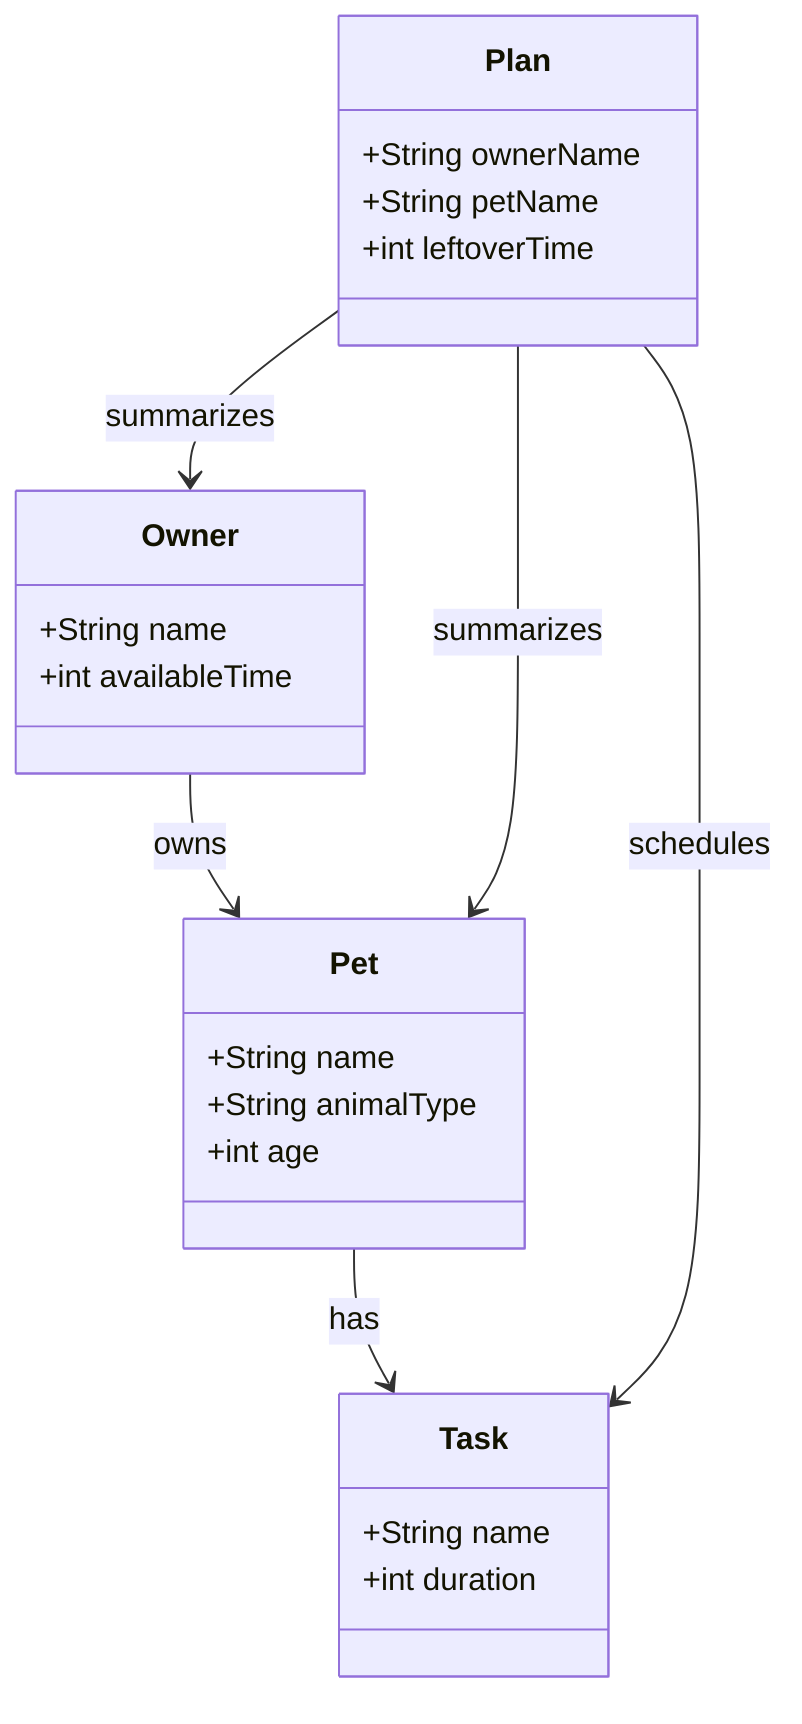
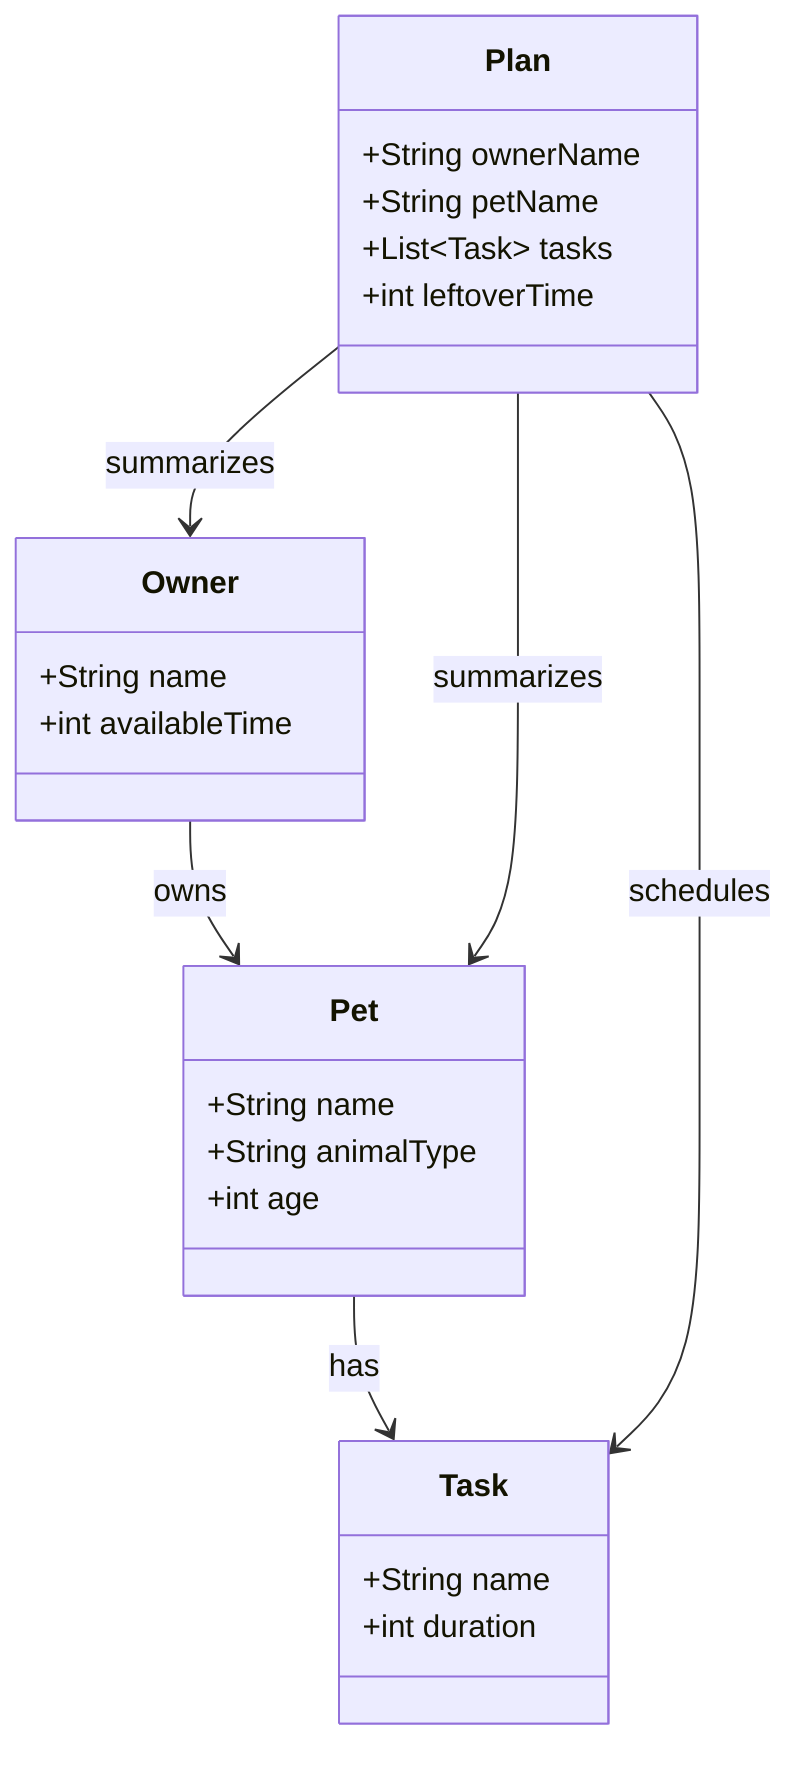
classDiagram
    %% PawPal+ class diagram

    class Task {
        +String name
        +int duration
    }

    class Pet {
        +String name
        +String animalType
        +int age
    }

    class Owner {
        +String name
        +int availableTime
    }

    class Plan {
        +String ownerName
        +String petName
+         +List~Task~ tasks
        +int leftoverTime
    }

    Owner --> Pet : owns
    Pet --> Task : has
    Plan --> Owner : summarizes
    Plan --> Pet : summarizes
    Plan --> Task : schedules
